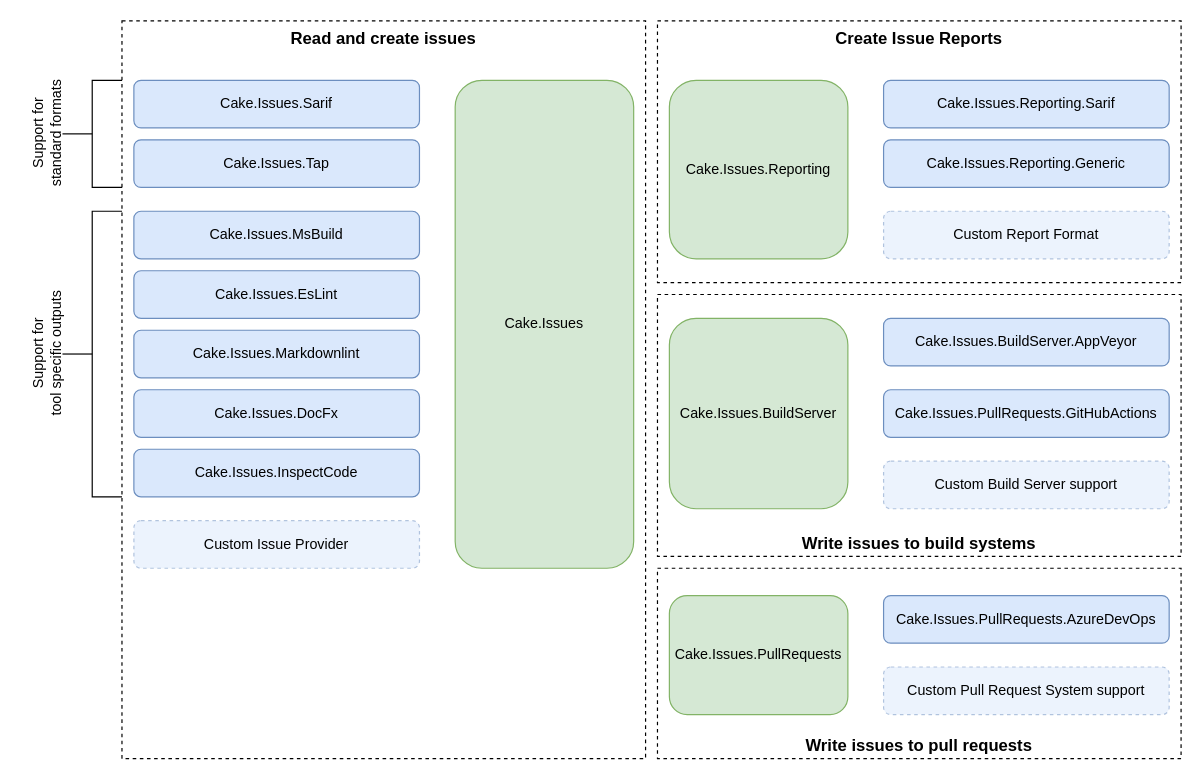
cake-contrib/Cake.Issues keeps this draw.io diagram as docs/input/documentation/how-cake-issues-works/assets/overview.drawio. Above is the earlier version. Source tidied: cells renumbered, new cells numbered last; positions are measured from the earlier drawing's top-left corner, leaving out a move shared by most shapes. Both pictures are drawn from the tidied source at 119%, with x=0, y=0 at pixel (-21, 20).
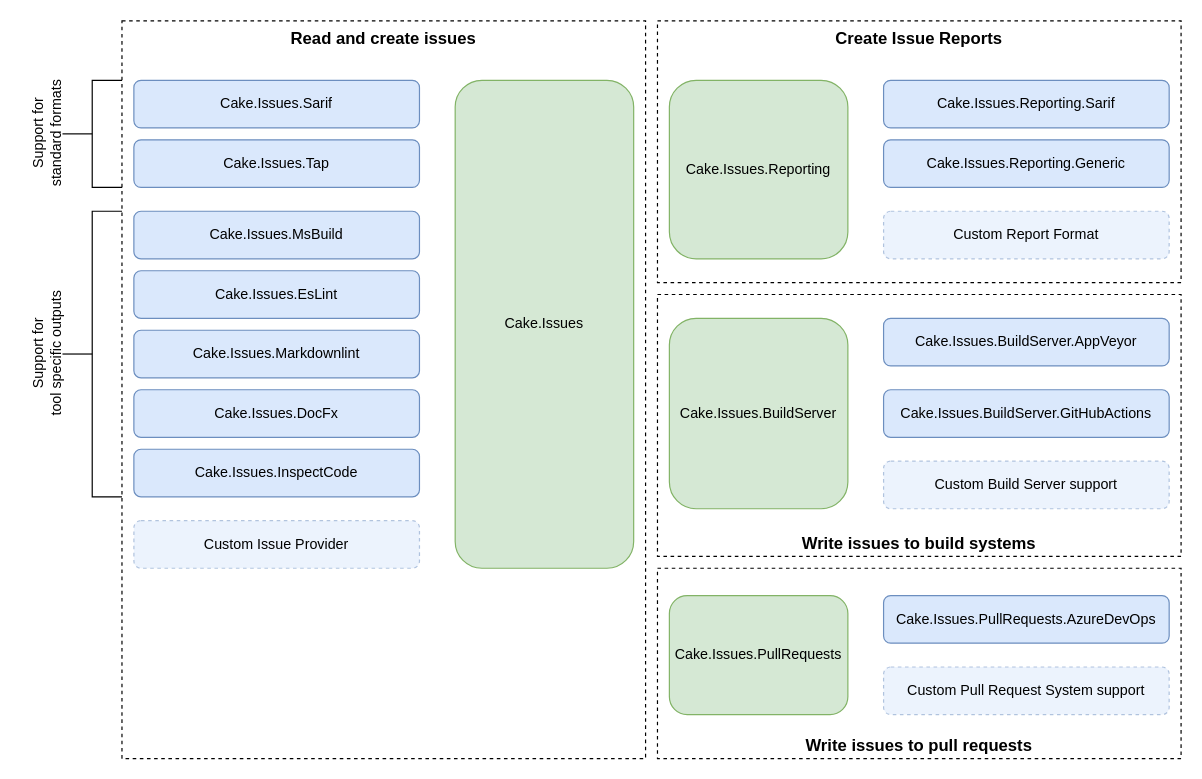
Above is the later version.

What changed in the source:
```diff
@@
-    <mxCell id="29" value="Cake.Issues.PullRequests.GitHubActions" style="rounded=1;whiteSpace=wrap;html=1;fillColor=#dae8fc;strokeColor=#6c8ebf;" parent="1" vertex="1">
+    <mxCell id="29" value="Cake.Issues.BuildServer.GitHubActions" style="rounded=1;whiteSpace=wrap;html=1;fillColor=#dae8fc;strokeColor=#6c8ebf;" parent="1" vertex="1">
       <mxGeometry x="760" y="310" width="240" height="40" as="geometry" />
     </mxCell>
```
